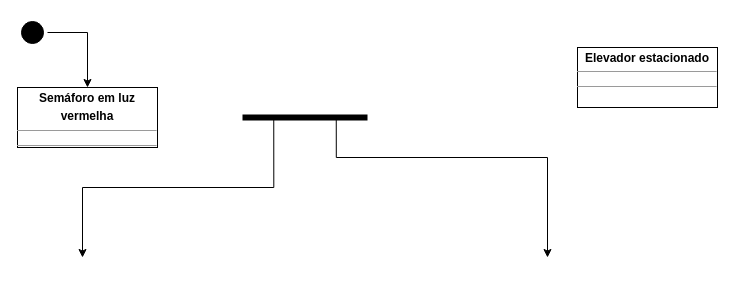
Before: Exercício 09 - Diagrama de Estado.drawio in bruniculos08/AMS0001, a draw.io diagram. Source tidied: cells renumbered, new cells numbered last; positions are measured from the earlier drawing's top-left corner, leaving out a move shared by most shapes. Both pictures are drawn from the tidied source at 100%, with x=0, y=0 at pixel (17, 17).
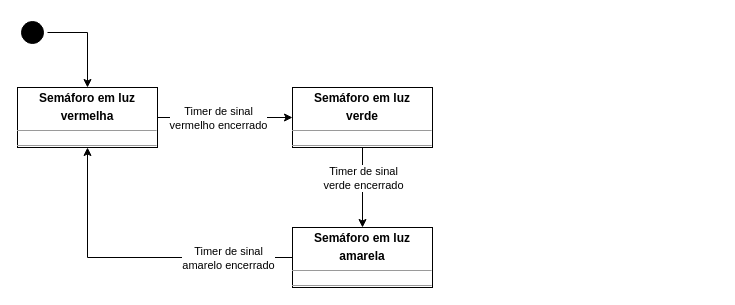
The same page after the edit.

Change to the diagram source:
```diff
@@
 <mxGraphModel>
   <root>
     <mxCell id="0" />
     <mxCell id="1" parent="0" />
     <mxCell id="2" style="edgeStyle=orthogonalEdgeStyle;rounded=0;jettySize=auto;html=1;exitX=1;exitY=0.5;exitDx=0;exitDy=0;entryX=0.5;entryY=0;entryDx=0;entryDy=0;" parent="1" edge="1" source="3" target="8">
       <mxGeometry relative="1" as="geometry" />
     </mxCell>
     <mxCell id="3" style="ellipse;html=1;shape=startState;fillColor=#000000;strokeColor=#000000;" parent="1" vertex="1">
       <mxGeometry width="30" height="30" as="geometry" />
     </mxCell>
-    <mxCell id="4" style="edgeStyle=orthogonalEdgeStyle;rounded=0;jettySize=auto;html=1;exitX=0.25;exitY=0.5;exitDx=0;exitDy=0;exitPerimeter=0;entryX=0.5;entryY=0;entryDx=0;entryDy=0;" parent="1" edge="1" source="6">
-      <mxGeometry relative="1" as="geometry">
-        <mxPoint x="65" y="240" as="targetPoint" />
-        <Array as="points">
-          <mxPoint x="256" y="170" />
-          <mxPoint x="65" y="170" />
-        </Array>
-      </mxGeometry>
-    </mxCell>
-    <mxCell id="5" style="edgeStyle=orthogonalEdgeStyle;rounded=0;jettySize=auto;html=1;exitX=0.75;exitY=0.5;exitDx=0;exitDy=0;exitPerimeter=0;" parent="1" edge="1" source="6">
-      <mxGeometry relative="1" as="geometry">
-        <mxPoint x="530" y="240" as="targetPoint" />
-        <Array as="points">
-          <mxPoint x="319" y="140" />
-          <mxPoint x="530" y="140" />
-        </Array>
-      </mxGeometry>
-    </mxCell>
-    <mxCell id="6" style="shape=line;html=1;strokeWidth=6;strokeColor=#000000;" parent="1" vertex="1">
-      <mxGeometry x="225" y="95" width="125" height="10" as="geometry" />
-    </mxCell>
-    <mxCell id="7" value="&lt;p style=&quot;margin: 0px ; margin-top: 4px ; text-align: center&quot;&gt;&lt;b&gt;Elevador estacionado&lt;/b&gt;&lt;/p&gt;&lt;hr size=&quot;1&quot;&gt;&lt;div style=&quot;height: 2px&quot;&gt;&lt;/div&gt;&lt;hr size=&quot;1&quot;&gt;&lt;div style=&quot;height: 2px&quot;&gt;&lt;/div&gt;" style="verticalAlign=top;align=left;overflow=fill;fontSize=12;fontFamily=Helvetica;html=1;strokeColor=#000000;" parent="1" vertex="1">
-      <mxGeometry x="560" y="30" width="140" height="60" as="geometry" />
-    </mxCell>
+    <mxCell id="9" style="edgeStyle=orthogonalEdgeStyle;rounded=0;jettySize=auto;html=1;exitX=1;exitY=0.5;exitDx=0;exitDy=0;entryX=0;entryY=0.5;entryDx=0;entryDy=0;" parent="1" edge="1" source="8" target="13">
+      <mxGeometry relative="1" as="geometry" />
+    </mxCell>
+    <mxCell id="10" value="Timer de sinal&lt;br&gt;vermelho encerrado" style="edgeLabel;html=1;align=center;verticalAlign=middle;" parent="9" vertex="1">
+      <mxGeometry x="-0.3" relative="1" as="geometry">
+        <mxPoint x="13" as="offset" />
+      </mxGeometry>
+    </mxCell>
     <mxCell id="8" value="&lt;p style=&quot;margin: 0px ; margin-top: 4px ; text-align: center&quot;&gt;&lt;b&gt;Semáforo em luz&lt;/b&gt;&lt;/p&gt;&lt;p style=&quot;margin: 0px ; margin-top: 4px ; text-align: center&quot;&gt;&lt;b&gt;vermelha&lt;/b&gt;&lt;/p&gt;&lt;hr size=&quot;1&quot;&gt;&lt;div style=&quot;height: 2px&quot;&gt;&lt;/div&gt;&lt;hr size=&quot;1&quot;&gt;&lt;div style=&quot;height: 2px&quot;&gt;&lt;/div&gt;" style="verticalAlign=top;align=left;overflow=fill;fontSize=12;fontFamily=Helvetica;html=1;strokeColor=#000000;" parent="1" vertex="1">
       <mxGeometry y="70" width="140" height="60" as="geometry" />
     </mxCell>
+    <mxCell id="11" style="edgeStyle=orthogonalEdgeStyle;rounded=0;jettySize=auto;html=1;exitX=0.5;exitY=1;exitDx=0;exitDy=0;" parent="1" edge="1" source="13" target="16">
+      <mxGeometry relative="1" as="geometry" />
+    </mxCell>
+    <mxCell id="12" value="Timer de sinal&lt;br&gt;verde encerrado" style="edgeLabel;html=1;align=center;verticalAlign=middle;" parent="11" vertex="1">
+      <mxGeometry x="-0.25" relative="1" as="geometry" />
+    </mxCell>
+    <mxCell id="13" value="&lt;p style=&quot;margin: 0px ; margin-top: 4px ; text-align: center&quot;&gt;&lt;b&gt;Semáforo em luz&lt;/b&gt;&lt;/p&gt;&lt;p style=&quot;margin: 0px ; margin-top: 4px ; text-align: center&quot;&gt;&lt;b&gt;verde&lt;/b&gt;&lt;/p&gt;&lt;hr size=&quot;1&quot;&gt;&lt;div style=&quot;height: 2px&quot;&gt;&lt;/div&gt;&lt;hr size=&quot;1&quot;&gt;&lt;div style=&quot;height: 2px&quot;&gt;&lt;/div&gt;" style="verticalAlign=top;align=left;overflow=fill;fontSize=12;fontFamily=Helvetica;html=1;strokeColor=#000000;" parent="1" vertex="1">
+      <mxGeometry x="275" y="70" width="140" height="60" as="geometry" />
+    </mxCell>
+    <mxCell id="14" style="edgeStyle=orthogonalEdgeStyle;rounded=0;jettySize=auto;html=1;exitX=0;exitY=0.5;exitDx=0;exitDy=0;entryX=0.5;entryY=1;entryDx=0;entryDy=0;" parent="1" edge="1" source="16" target="8">
+      <mxGeometry relative="1" as="geometry" />
+    </mxCell>
+    <mxCell id="15" value="Timer de sinal&lt;br&gt;amarelo encerrado" style="edgeLabel;html=1;align=center;verticalAlign=middle;" parent="14" vertex="1">
+      <mxGeometry x="-0.44" y="1" relative="1" as="geometry">
+        <mxPoint x="23" y="-1" as="offset" />
+      </mxGeometry>
+    </mxCell>
+    <mxCell id="16" value="&lt;p style=&quot;margin: 0px ; margin-top: 4px ; text-align: center&quot;&gt;&lt;b&gt;Semáforo em luz&lt;/b&gt;&lt;/p&gt;&lt;p style=&quot;margin: 0px ; margin-top: 4px ; text-align: center&quot;&gt;&lt;b&gt;amarela&lt;/b&gt;&lt;/p&gt;&lt;hr size=&quot;1&quot;&gt;&lt;div style=&quot;height: 2px&quot;&gt;&lt;/div&gt;&lt;hr size=&quot;1&quot;&gt;&lt;div style=&quot;height: 2px&quot;&gt;&lt;/div&gt;" style="verticalAlign=top;align=left;overflow=fill;fontSize=12;fontFamily=Helvetica;html=1;strokeColor=#000000;" parent="1" vertex="1">
+      <mxGeometry x="275" y="210" width="140" height="60" as="geometry" />
+    </mxCell>
   </root>
 </mxGraphModel>
```
